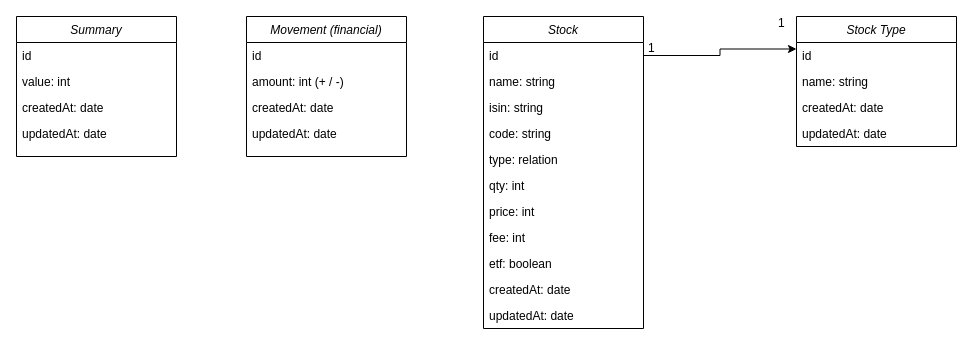
thomas-claireau/stockreport keeps this draw.io diagram as StockReport.drawio. Above is the earlier version. Source tidied: cells renumbered, new cells numbered last; positions are measured from the earlier drawing's top-left corner, leaving out a move shared by most shapes. Both pictures are drawn from the tidied source at 100%, with x=0, y=0 at pixel (16, 16).
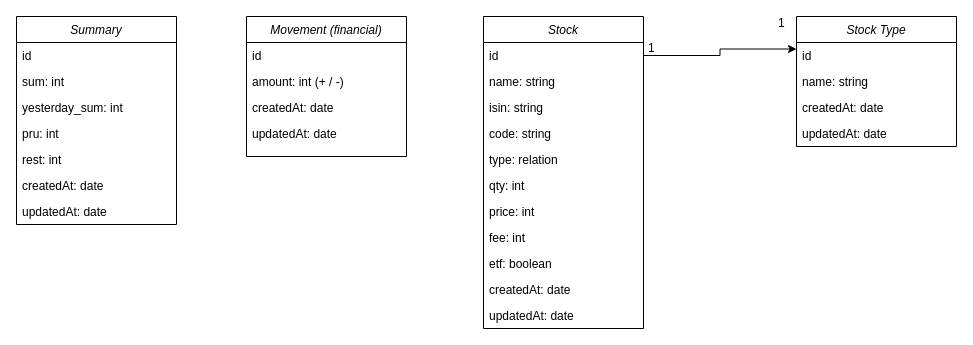
After the change.

The edit, as a diff of the source:
```diff
@@
     <mxCell id="2" value="Summary" style="swimlane;fontStyle=2;align=center;verticalAlign=top;horizontal=1;startSize=26;rounded=0;shadow=0;strokeWidth=1;" parent="1" vertex="1">
-      <mxGeometry width="160" height="140" as="geometry" />
+      <mxGeometry width="160" height="208" as="geometry" />
     </mxCell>
@@
-    <mxCell id="4" value="value: int" style="text;align=left;verticalAlign=top;spacingLeft=4;spacingRight=4;overflow=hidden;rounded=0;shadow=0;html=0;" parent="2" vertex="1">
+    <mxCell id="4" value="sum: int" style="text;align=left;verticalAlign=top;spacingLeft=4;spacingRight=4;overflow=hidden;rounded=0;shadow=0;html=0;" parent="2" vertex="1">
       <mxGeometry y="52" width="160" height="26" as="geometry" />
     </mxCell>
-    <mxCell id="5" value="createdAt: date" style="text;align=left;verticalAlign=top;spacingLeft=4;spacingRight=4;overflow=hidden;rounded=0;shadow=0;html=0;" parent="2" vertex="1">
+    <mxCell id="5" value="yesterday_sum: int" style="text;align=left;verticalAlign=top;spacingLeft=4;spacingRight=4;overflow=hidden;rounded=0;shadow=0;html=0;" parent="2" vertex="1">
       <mxGeometry y="78" width="160" height="26" as="geometry" />
     </mxCell>
-    <mxCell id="6" value="updatedAt: date" style="text;align=left;verticalAlign=top;spacingLeft=4;spacingRight=4;overflow=hidden;rounded=0;shadow=0;html=0;" parent="2" vertex="1">
+    <mxCell id="6" value="pru: int" style="text;align=left;verticalAlign=top;spacingLeft=4;spacingRight=4;overflow=hidden;rounded=0;shadow=0;html=0;" parent="2" vertex="1">
       <mxGeometry y="104" width="160" height="26" as="geometry" />
     </mxCell>
+    <mxCell id="32" value="rest: int" style="text;align=left;verticalAlign=top;spacingLeft=4;spacingRight=4;overflow=hidden;rounded=0;shadow=0;html=0;" parent="2" vertex="1">
+      <mxGeometry y="130" width="160" height="26" as="geometry" />
+    </mxCell>
+    <mxCell id="33" value="createdAt: date" style="text;align=left;verticalAlign=top;spacingLeft=4;spacingRight=4;overflow=hidden;rounded=0;shadow=0;html=0;" parent="2" vertex="1">
+      <mxGeometry y="156" width="160" height="26" as="geometry" />
+    </mxCell>
+    <mxCell id="34" value="updatedAt: date" style="text;align=left;verticalAlign=top;spacingLeft=4;spacingRight=4;overflow=hidden;rounded=0;shadow=0;html=0;" parent="2" vertex="1">
+      <mxGeometry y="182" width="160" height="26" as="geometry" />
+    </mxCell>
```
